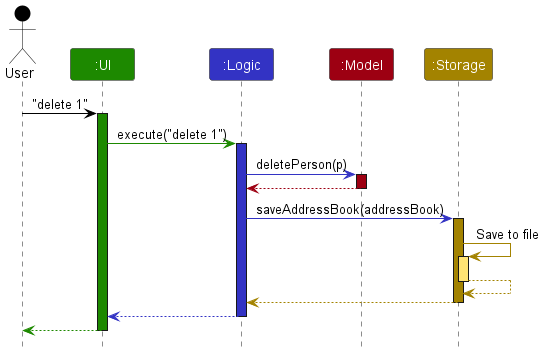
Above: docs/images/ArchitectureSequenceDiagram.png in samuelthen/tp (PlantUML), before the change.
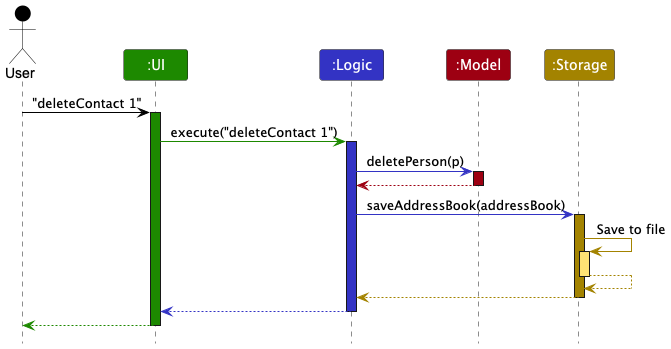
The same file after the commit.

Commit message:
Edit diagram to correct command

Change to the diagram source:
```diff
@@ -8,10 +8,10 @@
 Participant ":Model" as model MODEL_COLOR
 Participant ":Storage" as storage STORAGE_COLOR
 
-user -[USER_COLOR]> ui : "delete 1"
+user -[USER_COLOR]> ui : "deleteContact 1"
 activate ui UI_COLOR
 
-ui -[UI_COLOR]> logic : execute("delete 1")
+ui -[UI_COLOR]> logic : execute("deleteContact 1")
 activate logic LOGIC_COLOR
 
 logic -[LOGIC_COLOR]> model : deletePerson(p)
```
